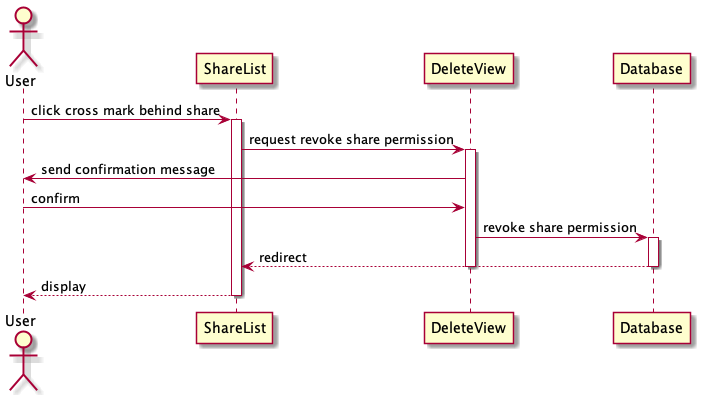
Before: documents/diagrams/out/web-client/sharedelete/sharedelete.png, a diagram exported from PlantUML (Kritsanawipankhet/CE64-41). The source it was exported from:
```plantuml
@startuml
Actor User
User -> ShareList : click cross mark behind share
activate ShareList
ShareList -> DeleteView : request revoke share permission
activate DeleteView
DeleteView -> User : send confirmation message
User -> DeleteView : confirm
DeleteView -> Database : revoke share permission
activate Database
Database --> ShareList : redirect
deactivate Database
deactivate DeleteView
ShareList --> User : display
deactivate ShareList
@enduml
```
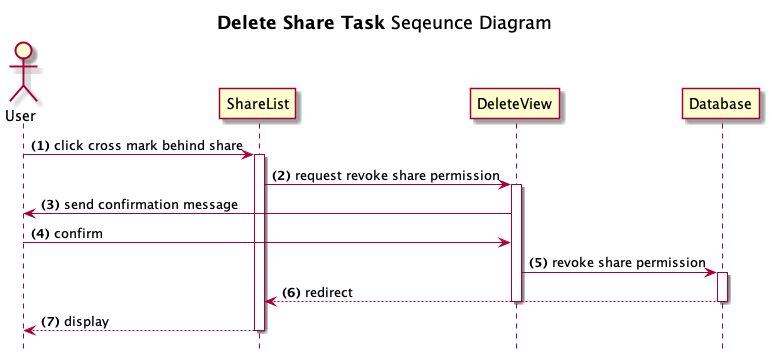
Above is the later version.

Diff of the diagram source:
```diff
@@ -1,5 +1,8 @@
 @startuml
+title **Delete Share Task** Seqeunce Diagram
+hide footbox
 Actor User
+autonumber "<b>(0)"
 User -> ShareList : click cross mark behind share
 activate ShareList
 ShareList -> DeleteView : request revoke share permission
```
